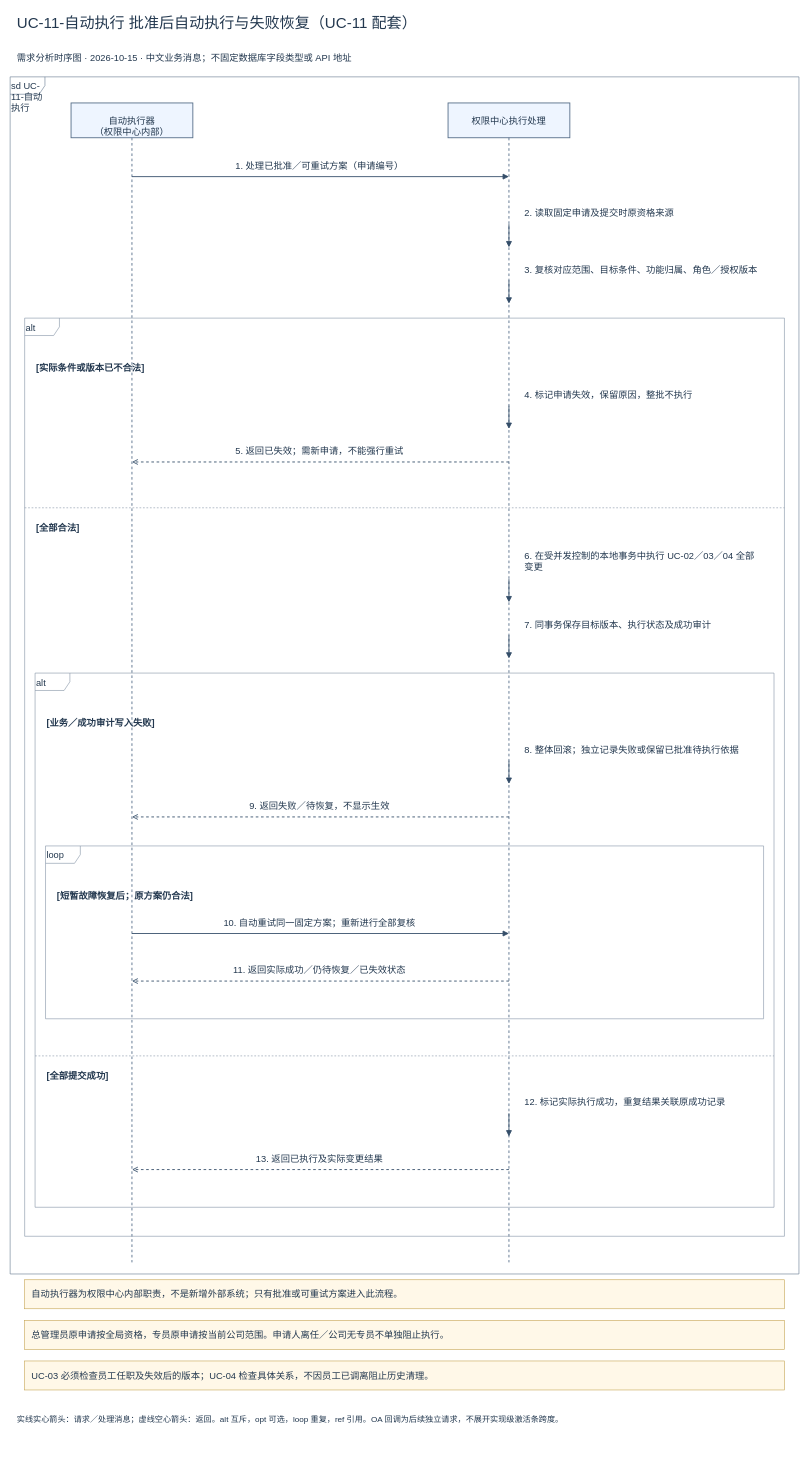
Above: page "UC-11-自动执行 批准后自动执行与失败恢复（UC-11 配套）" (2 of 2) of docs/按用例分类/UC-11_接收审批结果并执行权限变更/UC-11_接收审批结果并执行权限变更_时序图.drawio in Noah-hope/RBAC-admin (draw.io), before the change. Source tidied: cells renumbered, new cells numbered last; positions are measured from the earlier drawing's top-left corner, leaving out a move shared by most shapes. Both pictures are drawn from the tidied source at 58%, with x=0, y=0 at pixel (10, 10).
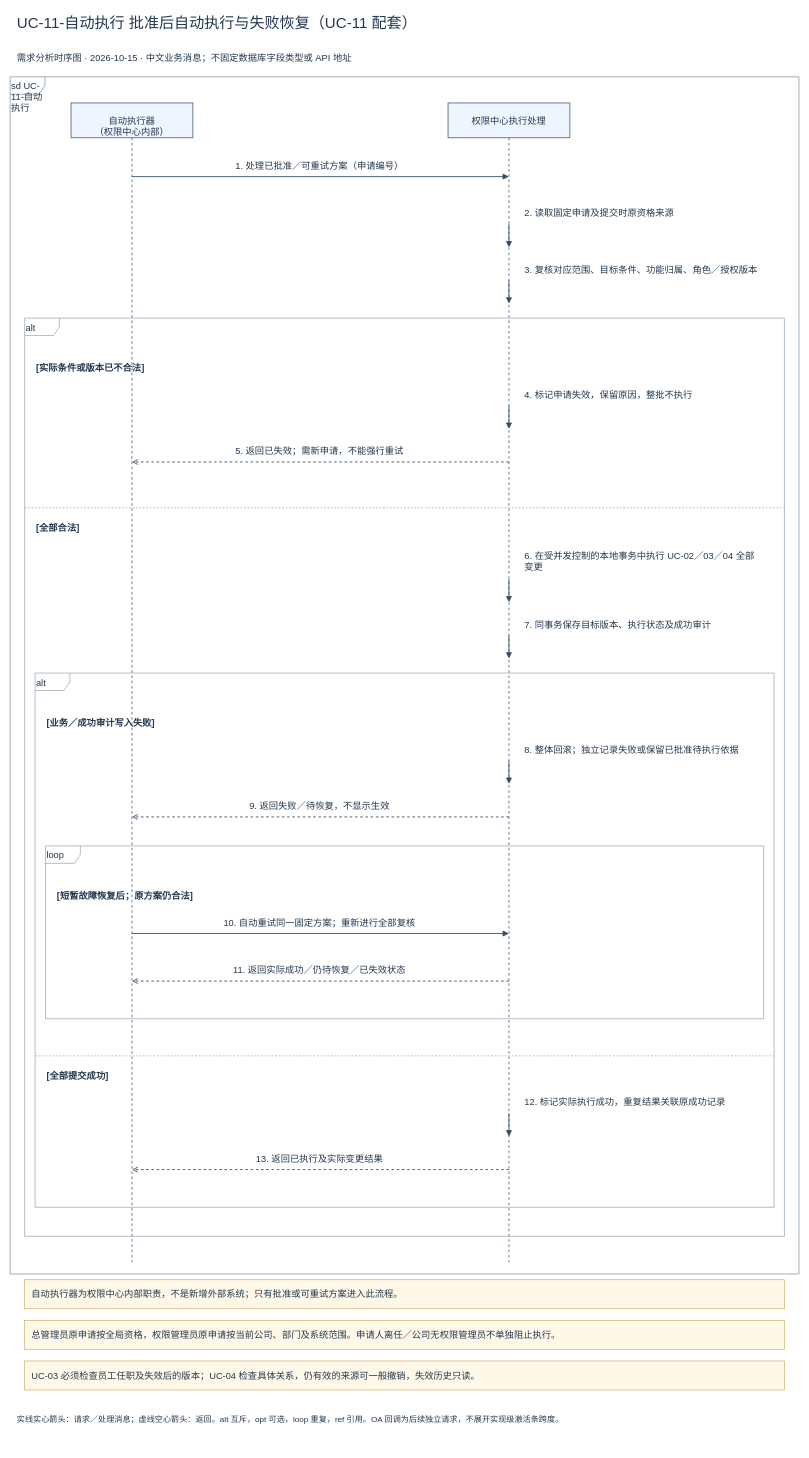
After the change.

What changed in the source:
```diff
@@
-    <mxCell id="44" value="总管理员原申请按全局资格，专员原申请按当前公司范围。申请人离任／公司无专员不单独阻止执行。" style="html=1;fontFamily=Microsoft YaHei;fontSize=16;fontColor=#23384f;rounded=0;whiteSpace=wrap;align=left;spacing=12;fillColor=#fff8e8;strokeColor=#c4a34f;" parent="1" vertex="1">
+    <mxCell id="44" value="总管理员原申请按全局资格，权限管理员原申请按当前公司、部门及系统范围。申请人离任／公司无权限管理员不单独阻止执行。" style="html=1;fontFamily=Microsoft YaHei;fontSize=16;fontColor=#23384f;rounded=0;whiteSpace=wrap;align=left;spacing=12;fillColor=#fff8e8;strokeColor=#c4a34f;" parent="1" vertex="1">
       <mxGeometry x="25" y="2259" width="1310" height="50" as="geometry" />
     </mxCell>
-    <mxCell id="45" value="UC-03 必须检查员工任职及失效后的版本；UC-04 检查具体关系，不因员工已调离阻止历史清理。" style="html=1;fontFamily=Microsoft YaHei;fontSize=16;fontColor=#23384f;rounded=0;whiteSpace=wrap;align=left;spacing=12;fillColor=#fff8e8;strokeColor=#c4a34f;" parent="1" vertex="1">
+    <mxCell id="45" value="UC-03 必须检查员工任职及失效后的版本；UC-04 检查具体关系，仍有效的来源可一般撤销，失效历史只读。" style="html=1;fontFamily=Microsoft YaHei;fontSize=16;fontColor=#23384f;rounded=0;whiteSpace=wrap;align=left;spacing=12;fillColor=#fff8e8;strokeColor=#c4a34f;" parent="1" vertex="1">
       <mxGeometry x="25" y="2329" width="1310" height="50" as="geometry" />
     </mxCell>
```
